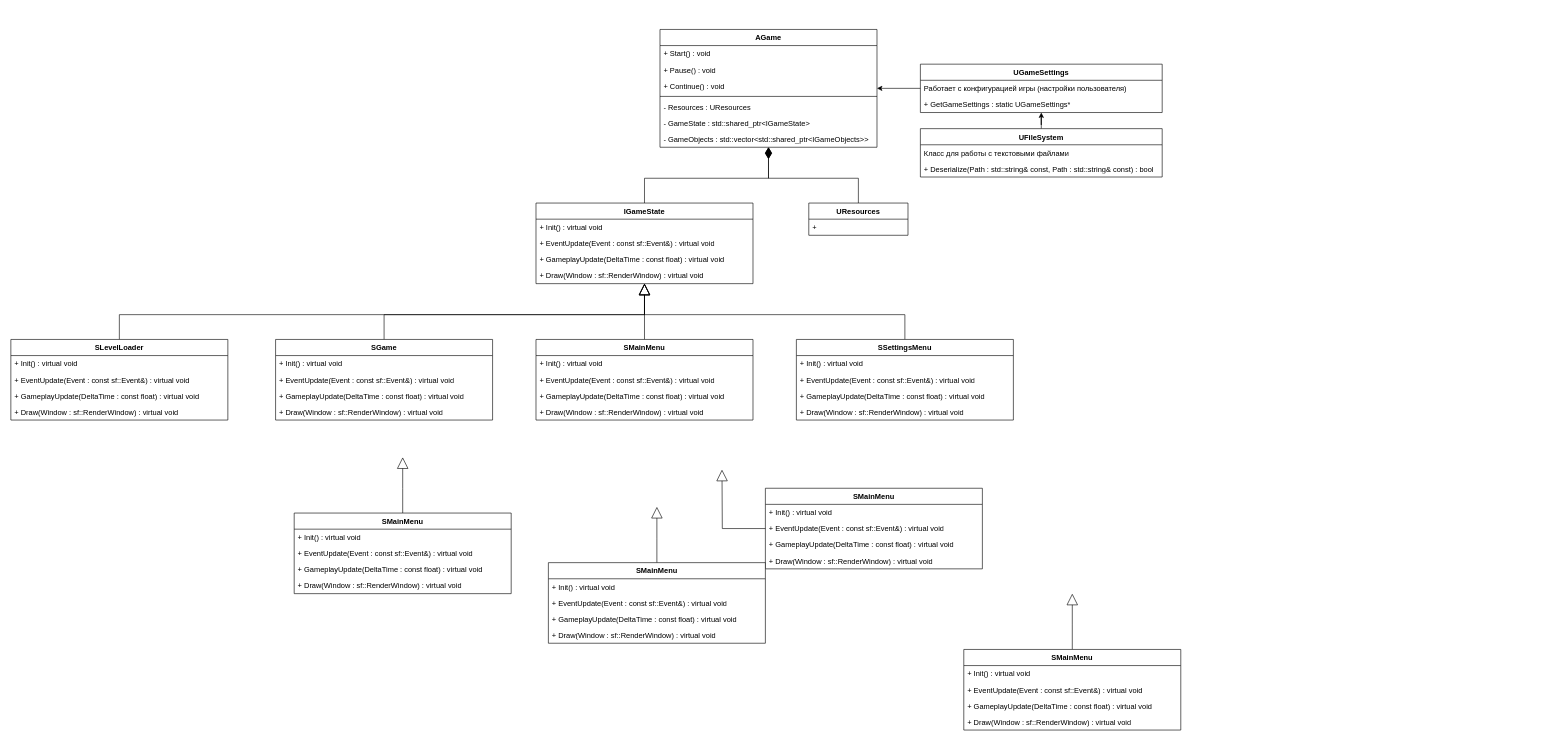
Dem4ke/XYZ_Arkanoid keeps this draw.io diagram as Arkanoid/Diagrams/Class_diagram.drawio. Above is the earlier version. Source tidied: cells renumbered, new cells numbered last; positions are measured from the earlier drawing's top-left corner, leaving out a move shared by most shapes. Both pictures are drawn from the tidied source at 62%, with x=0, y=0 at pixel (11, 29).
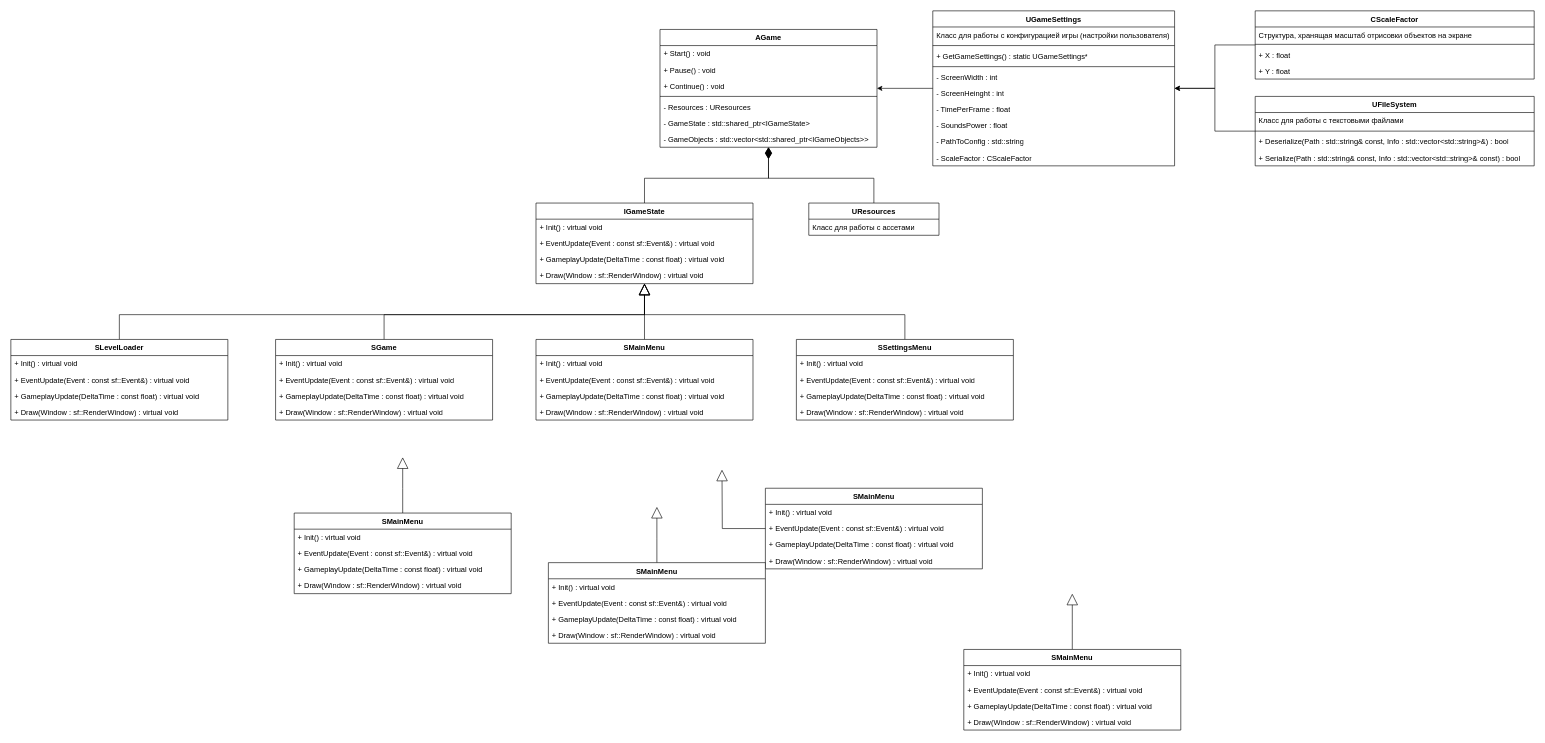
The same diagram, later.

Commit message (it also covers changes not shown here):
Added class to work with assets

The edit, as a diff of the source:
```diff
@@
     <mxCell id="11" value="&lt;span style=&quot;text-align: left;&quot;&gt;UResources&lt;/span&gt;" style="swimlane;fontStyle=1;align=center;verticalAlign=top;horizontal=1;startSize=26;whiteSpace=wrap;html=1;" parent="1" vertex="1">
-      <mxGeometry x="1287" y="280" width="160" height="52" as="geometry" />
+      <mxGeometry x="1287" y="280" width="210" height="52" as="geometry" />
     </mxCell>
-    <mxCell id="12" value="+&amp;nbsp;" style="text;strokeColor=none;fillColor=none;align=left;verticalAlign=top;spacingLeft=4;spacingRight=4;overflow=hidden;whiteSpace=wrap;html=1;" parent="11" vertex="1">
-      <mxGeometry y="26" width="160" height="26" as="geometry" />
+    <mxCell id="12" value="Класс для работы с ассетами" style="text;strokeColor=none;fillColor=none;align=left;verticalAlign=top;spacingLeft=4;spacingRight=4;overflow=hidden;whiteSpace=wrap;html=1;" parent="11" vertex="1">
+      <mxGeometry y="26" width="210" height="26" as="geometry" />
     </mxCell>
@@
     <mxCell id="68" value="&lt;div style=&quot;text-align: left;&quot;&gt;&lt;span style=&quot;background-color: transparent; color: light-dark(rgb(0, 0, 0), rgb(255, 255, 255));&quot;&gt;UGameSettings&lt;/span&gt;&lt;/div&gt;" style="swimlane;fontStyle=1;align=center;verticalAlign=top;horizontal=1;startSize=26;whiteSpace=wrap;html=1;" parent="1" vertex="1">
-      <mxGeometry x="1467" y="56" width="390" height="78" as="geometry" />
+      <mxGeometry x="1487" y="-30" width="390" height="250" as="geometry" />
     </mxCell>
-    <mxCell id="69" value="Работает с конфигурацией игры (настройки пользователя)" style="text;strokeColor=none;fillColor=none;align=left;verticalAlign=top;spacingLeft=4;spacingRight=4;overflow=hidden;whiteSpace=wrap;html=1;" parent="68" vertex="1">
+    <mxCell id="69" value="Класс для работы с конфигурацией игры (настройки пользователя)" style="text;strokeColor=none;fillColor=none;align=left;verticalAlign=top;spacingLeft=4;spacingRight=4;overflow=hidden;whiteSpace=wrap;html=1;" parent="68" vertex="1">
       <mxGeometry y="26" width="390" height="26" as="geometry" />
     </mxCell>
+    <mxCell id="75" style="line;strokeWidth=1;fillColor=none;align=left;verticalAlign=middle;spacingTop=-1;spacingLeft=3;spacingRight=3;labelPosition=right;strokeColor=inherit;" parent="68" vertex="1">
+      <mxGeometry y="52" width="390" height="8" as="geometry" />
+    </mxCell>
-    <mxCell id="70" value="+ GetGameSettings : static UGameSettings*" style="text;strokeColor=none;fillColor=none;align=left;verticalAlign=top;spacingLeft=4;spacingRight=4;overflow=hidden;whiteSpace=wrap;html=1;" parent="68" vertex="1">
-      <mxGeometry y="52" width="390" height="26" as="geometry" />
+    <mxCell id="70" value="+ GetGameSettings() : static UGameSettings*" style="text;strokeColor=none;fillColor=none;align=left;verticalAlign=top;spacingLeft=4;spacingRight=4;overflow=hidden;whiteSpace=wrap;html=1;" parent="68" vertex="1">
+      <mxGeometry y="60" width="390" height="26" as="geometry" />
     </mxCell>
+    <mxCell id="76" style="line;strokeWidth=1;fillColor=none;align=left;verticalAlign=middle;spacingTop=-1;spacingLeft=3;spacingRight=3;labelPosition=right;strokeColor=inherit;" parent="68" vertex="1">
+      <mxGeometry y="86" width="390" height="8" as="geometry" />
+    </mxCell>
+    <mxCell id="77" value="- ScreenWidth : int" style="text;strokeColor=none;fillColor=none;align=left;verticalAlign=top;spacingLeft=4;spacingRight=4;overflow=hidden;whiteSpace=wrap;html=1;" parent="68" vertex="1">
+      <mxGeometry y="94" width="390" height="26" as="geometry" />
+    </mxCell>
+    <mxCell id="78" value="- ScreenHeinght : int" style="text;strokeColor=none;fillColor=none;align=left;verticalAlign=top;spacingLeft=4;spacingRight=4;overflow=hidden;whiteSpace=wrap;html=1;" parent="68" vertex="1">
+      <mxGeometry y="120" width="390" height="26" as="geometry" />
+    </mxCell>
+    <mxCell id="79" value="- TimePerFrame : float" style="text;strokeColor=none;fillColor=none;align=left;verticalAlign=top;spacingLeft=4;spacingRight=4;overflow=hidden;whiteSpace=wrap;html=1;" parent="68" vertex="1">
+      <mxGeometry y="146" width="390" height="26" as="geometry" />
+    </mxCell>
+    <mxCell id="80" value="- SoundsPower : float" style="text;strokeColor=none;fillColor=none;align=left;verticalAlign=top;spacingLeft=4;spacingRight=4;overflow=hidden;whiteSpace=wrap;html=1;" parent="68" vertex="1">
+      <mxGeometry y="172" width="390" height="26" as="geometry" />
+    </mxCell>
+    <mxCell id="81" value="- PathToConfig : std::string" style="text;strokeColor=none;fillColor=none;align=left;verticalAlign=top;spacingLeft=4;spacingRight=4;overflow=hidden;whiteSpace=wrap;html=1;" parent="68" vertex="1">
+      <mxGeometry y="198" width="390" height="26" as="geometry" />
+    </mxCell>
+    <mxCell id="82" value="- ScaleFactor : CScaleFactor" style="text;strokeColor=none;fillColor=none;align=left;verticalAlign=top;spacingLeft=4;spacingRight=4;overflow=hidden;whiteSpace=wrap;html=1;" parent="68" vertex="1">
+      <mxGeometry y="224" width="390" height="26" as="geometry" />
+    </mxCell>
@@
     <mxCell id="72" value="&lt;div style=&quot;text-align: left;&quot;&gt;&lt;span style=&quot;background-color: transparent; color: light-dark(rgb(0, 0, 0), rgb(255, 255, 255));&quot;&gt;UFileSystem&lt;/span&gt;&lt;/div&gt;" style="swimlane;fontStyle=1;align=center;verticalAlign=top;horizontal=1;startSize=26;whiteSpace=wrap;html=1;" parent="1" vertex="1">
-      <mxGeometry x="1467" y="160" width="390" height="78" as="geometry" />
+      <mxGeometry x="2007" y="108" width="450" height="112" as="geometry" />
     </mxCell>
     <mxCell id="73" value="Класс для работы с текстовыми файлами" style="text;strokeColor=none;fillColor=none;align=left;verticalAlign=top;spacingLeft=4;spacingRight=4;overflow=hidden;whiteSpace=wrap;html=1;" parent="72" vertex="1">
-      <mxGeometry y="26" width="390" height="26" as="geometry" />
+      <mxGeometry y="26" width="450" height="26" as="geometry" />
     </mxCell>
+    <mxCell id="83" style="line;strokeWidth=1;fillColor=none;align=left;verticalAlign=middle;spacingTop=-1;spacingLeft=3;spacingRight=3;labelPosition=right;strokeColor=inherit;" parent="72" vertex="1">
+      <mxGeometry y="52" width="450" height="8" as="geometry" />
+    </mxCell>
-    <mxCell id="74" value="+ Deserialize(Path : std::string&amp;amp; const, Path : std::string&amp;amp; const) : bool" style="text;strokeColor=none;fillColor=none;align=left;verticalAlign=top;spacingLeft=4;spacingRight=4;overflow=hidden;whiteSpace=wrap;html=1;" parent="72" vertex="1">
-      <mxGeometry y="52" width="390" height="26" as="geometry" />
+    <mxCell id="74" value="+ Deserialize(Path : std::string&amp;amp; const, Info : std::vector&amp;lt;std::string&amp;gt;&amp;amp;) : bool" style="text;strokeColor=none;fillColor=none;align=left;verticalAlign=top;spacingLeft=4;spacingRight=4;overflow=hidden;whiteSpace=wrap;html=1;" parent="72" vertex="1">
+      <mxGeometry y="60" width="450" height="26" as="geometry" />
     </mxCell>
+    <mxCell id="84" value="+ Serialize(Path : std::string&amp;amp; const, Info : std::vector&amp;lt;std::string&amp;gt;&amp;amp; const) : bool" style="text;strokeColor=none;fillColor=none;align=left;verticalAlign=top;spacingLeft=4;spacingRight=4;overflow=hidden;whiteSpace=wrap;html=1;" parent="72" vertex="1">
+      <mxGeometry y="86" width="450" height="26" as="geometry" />
+    </mxCell>
+    <mxCell id="85" style="edgeStyle=orthogonalEdgeStyle;rounded=0;jettySize=auto;html=1;" parent="1" edge="1" source="86" target="68">
+      <mxGeometry relative="1" as="geometry" />
+    </mxCell>
+    <mxCell id="86" value="&lt;div style=&quot;text-align: left;&quot;&gt;&lt;span style=&quot;background-color: transparent; color: light-dark(rgb(0, 0, 0), rgb(255, 255, 255));&quot;&gt;CScaleFactor&lt;/span&gt;&lt;/div&gt;" style="swimlane;fontStyle=1;align=center;verticalAlign=top;horizontal=1;startSize=26;whiteSpace=wrap;html=1;" parent="1" vertex="1">
+      <mxGeometry x="2007" y="-30" width="450" height="110" as="geometry" />
+    </mxCell>
+    <mxCell id="87" value="Структура, хранящая масштаб отрисовки объектов на экране" style="text;strokeColor=none;fillColor=none;align=left;verticalAlign=top;spacingLeft=4;spacingRight=4;overflow=hidden;whiteSpace=wrap;html=1;" parent="86" vertex="1">
+      <mxGeometry y="26" width="450" height="24" as="geometry" />
+    </mxCell>
+    <mxCell id="88" style="line;strokeWidth=1;fillColor=none;align=left;verticalAlign=middle;spacingTop=-1;spacingLeft=3;spacingRight=3;labelPosition=right;strokeColor=inherit;" parent="86" vertex="1">
+      <mxGeometry y="50" width="450" height="8" as="geometry" />
+    </mxCell>
+    <mxCell id="89" value="+ X : float" style="text;strokeColor=none;fillColor=none;align=left;verticalAlign=top;spacingLeft=4;spacingRight=4;overflow=hidden;whiteSpace=wrap;html=1;" parent="86" vertex="1">
+      <mxGeometry y="58" width="450" height="26" as="geometry" />
+    </mxCell>
+    <mxCell id="90" value="+ Y : float" style="text;strokeColor=none;fillColor=none;align=left;verticalAlign=top;spacingLeft=4;spacingRight=4;overflow=hidden;whiteSpace=wrap;html=1;" parent="86" vertex="1">
+      <mxGeometry y="84" width="450" height="26" as="geometry" />
+    </mxCell>
```
